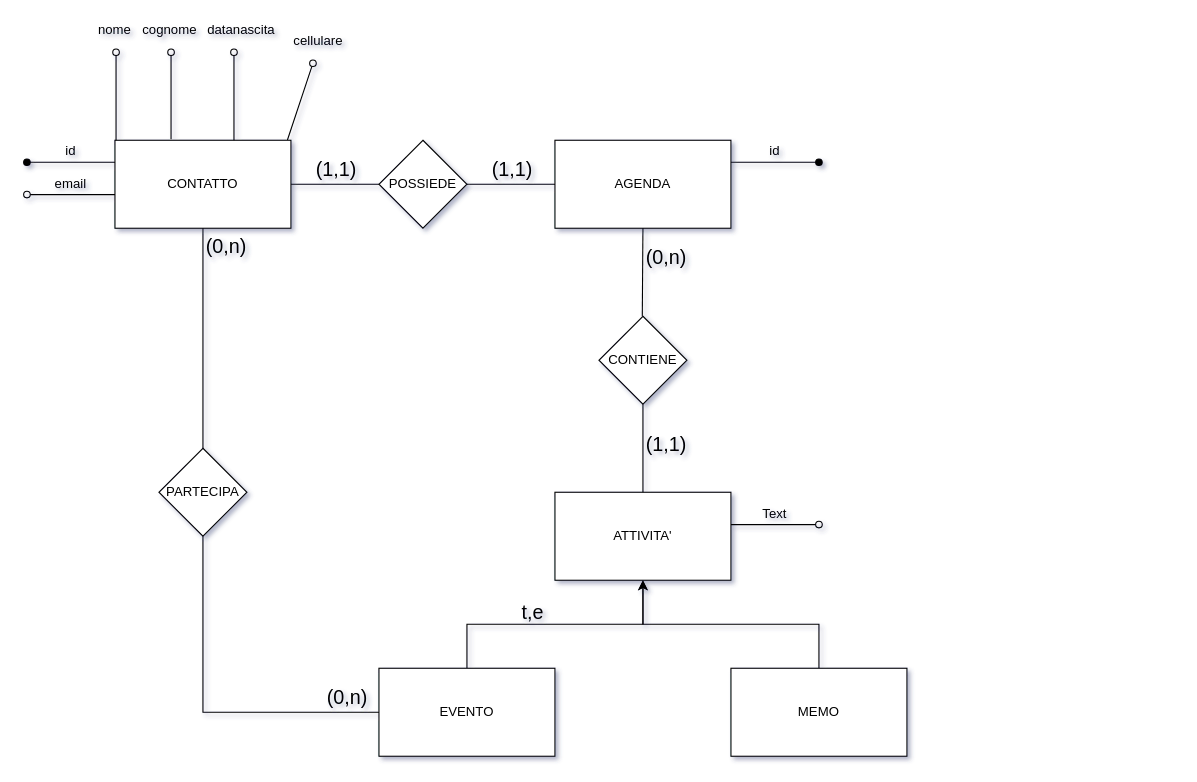
Above: Untitled Diagram.drawio in codesimo/db (draw.io), before the change. Source tidied: cells renumbered, new cells numbered last; positions are measured from the earlier drawing's top-left corner, leaving out a move shared by most shapes. Both pictures are drawn from the tidied source at 110%, with x=0, y=0 at pixel (26, 19).
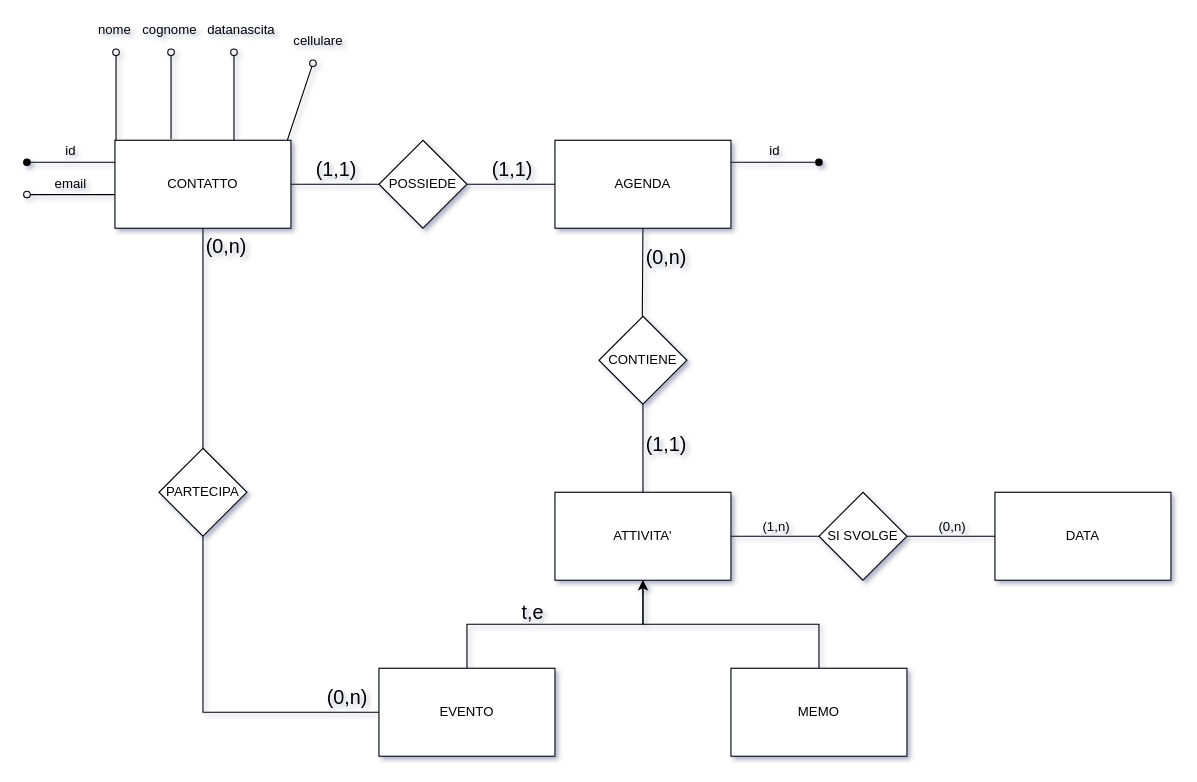
After the change.

Unchanged cells that the change refers to:
```xml
<mxCell id="4" value="ATTIVITA'" style="rounded=0;whiteSpace=wrap;html=1;" parent="1" vertex="1">
  <mxGeometry x="480" y="430" width="160" height="80" as="geometry" />
</mxCell>
```

What changed in the source:
```diff
@@
-    <mxCell id="48" style="group;" parent="1" vertex="1">
-      <mxGeometry x="640" y="440" width="80" height="20" as="geometry" />
-    </mxCell>
-    <mxCell id="49" style="endArrow=none;html=1;startArrow=oval;startFill=0;" parent="48" edge="1">
-      <mxGeometry relative="1" as="geometry">
-        <mxPoint x="80" y="19.4" as="sourcePoint" />
-        <mxPoint y="19.4" as="targetPoint" />
-      </mxGeometry>
-    </mxCell>
-    <mxCell id="50" value="Text" style="text;html=1;strokeColor=none;fillColor=none;align=center;verticalAlign=middle;whiteSpace=wrap;rounded=0;" parent="48" vertex="1">
-      <mxGeometry x="20" width="40" height="20" as="geometry" />
-    </mxCell>
+    <mxCell id="51" style="endArrow=none;html=1;rounded=0;exitX=1;exitY=0.5;exitDx=0;exitDy=0;entryX=0;entryY=0.5;entryDx=0;entryDy=0;" parent="1" edge="1" source="4">
+      <mxGeometry relative="1" as="geometry">
+        <mxPoint x="720" y="470" as="targetPoint" />
+      </mxGeometry>
+    </mxCell>
+    <mxCell id="52" value="(1,n)" style="html=1;align=center;verticalAlign=bottom;" parent="51" vertex="1">
+      <mxGeometry x="-1" relative="1" as="geometry">
+        <mxPoint x="40" as="offset" />
+      </mxGeometry>
+    </mxCell>
+    <mxCell id="53" value="SI SVOLGE" style="rhombus;whiteSpace=wrap;html=1;" parent="1" vertex="1">
+      <mxGeometry x="720" y="430" width="80" height="80" as="geometry" />
+    </mxCell>
+    <mxCell id="54" style="endArrow=none;html=1;rounded=0;exitX=1;exitY=0.5;exitDx=0;exitDy=0;entryX=0;entryY=0.5;entryDx=0;entryDy=0;" parent="1" edge="1">
+      <mxGeometry relative="1" as="geometry">
+        <mxPoint x="800" y="470" as="sourcePoint" />
+        <mxPoint x="880" y="470" as="targetPoint" />
+      </mxGeometry>
+    </mxCell>
+    <mxCell id="55" value="(0,n)" style="html=1;align=center;verticalAlign=bottom;" parent="54" vertex="1">
+      <mxGeometry x="-1" relative="1" as="geometry">
+        <mxPoint x="40" as="offset" />
+      </mxGeometry>
+    </mxCell>
+    <mxCell id="56" value="DATA" style="rounded=0;whiteSpace=wrap;html=1;" parent="1" vertex="1">
+      <mxGeometry x="880" y="430" width="160" height="80" as="geometry" />
+    </mxCell>
```
